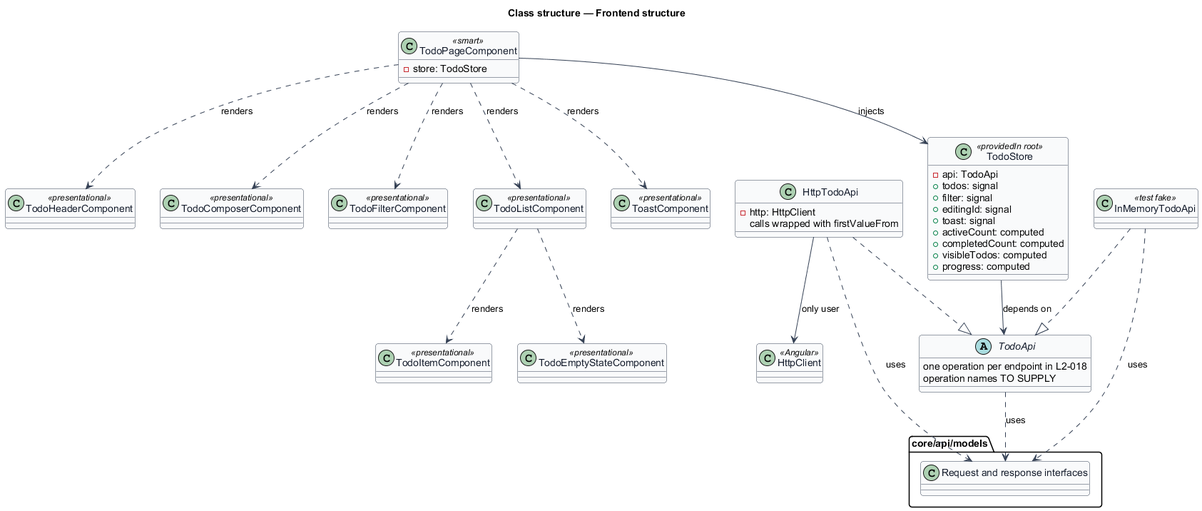
Before: docs/detailed-designs/architecture/frontend-structure/diagrams/class-structure.png, a diagram exported from PlantUML (QuinntyneBrown/php-todo-lab). Its diagram source:
```plantuml
@startuml
skinparam backgroundColor #FFFFFF
skinparam shadowing false
skinparam roundcorner 8
skinparam defaultFontName Arial
skinparam ArrowColor #344054
skinparam class {
  BorderColor #344054
  FontColor #101828
  BackgroundColor #F9FAFB
}
title Class structure — Frontend structure

class TodoPageComponent <<smart>> {
  -store: TodoStore
}

class TodoHeaderComponent <<presentational>>
class TodoComposerComponent <<presentational>>
class TodoFilterComponent <<presentational>>
class TodoListComponent <<presentational>>
class TodoItemComponent <<presentational>>
class TodoEmptyStateComponent <<presentational>>
class ToastComponent <<presentational>>

class TodoStore <<providedIn root>> {
  -api: TodoApi
  +todos: signal
  +filter: signal
  +editingId: signal
  +toast: signal
  +activeCount: computed
  +completedCount: computed
  +visibleTodos: computed
  +progress: computed
}

abstract class TodoApi {
  one operation per endpoint in L2-018
  operation names TO SUPPLY
}

class HttpTodoApi {
  -http: HttpClient
  calls wrapped with firstValueFrom
}

class InMemoryTodoApi <<test fake>>

class HttpClient <<Angular>>

package "core/api/models" {
  class "Request and response interfaces" as Models
}

TodoPageComponent --> TodoStore : injects
TodoPageComponent ..> TodoHeaderComponent : renders
TodoPageComponent ..> TodoComposerComponent : renders
TodoPageComponent ..> TodoFilterComponent : renders
TodoPageComponent ..> TodoListComponent : renders
TodoPageComponent ..> ToastComponent : renders
TodoListComponent ..> TodoItemComponent : renders
TodoListComponent ..> TodoEmptyStateComponent : renders
TodoStore --> TodoApi : depends on
HttpTodoApi ..|> TodoApi
InMemoryTodoApi ..|> TodoApi
HttpTodoApi --> HttpClient : only user
HttpTodoApi ..> Models : uses
InMemoryTodoApi ..> Models : uses
TodoApi ..> Models : uses
@enduml
```
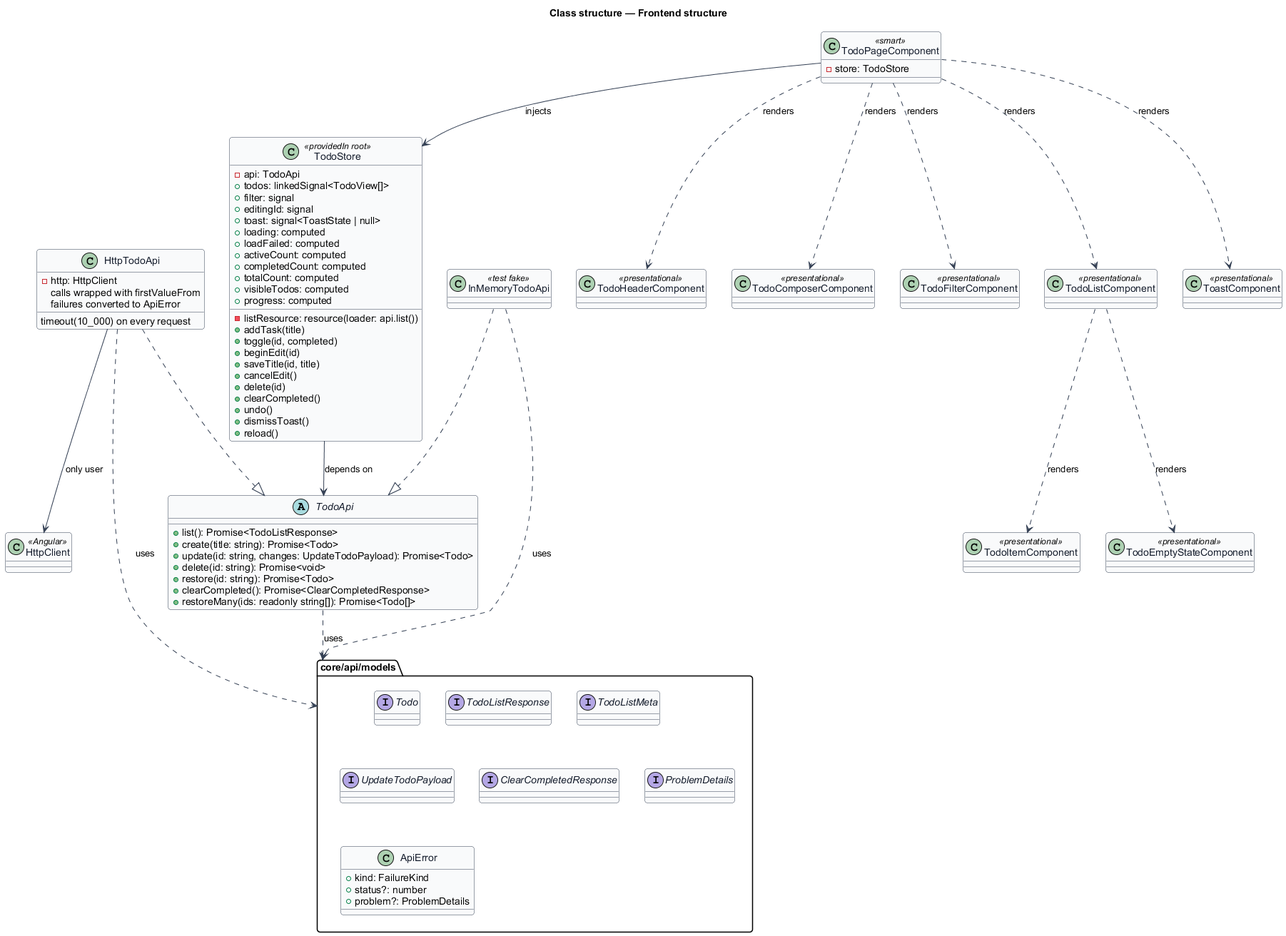
After the commit.

Change to the diagram source:
```diff
@@ -25,32 +25,63 @@
 
 class TodoStore <<providedIn root>> {
   -api: TodoApi
-  +todos: signal
+  -listResource: resource(loader: api.list())
+  +todos: linkedSignal<TodoView[]>
   +filter: signal
   +editingId: signal
-  +toast: signal
+  +toast: signal<ToastState | null>
+  +loading: computed
+  +loadFailed: computed
   +activeCount: computed
   +completedCount: computed
+  +totalCount: computed
   +visibleTodos: computed
   +progress: computed
+  +addTask(title)
+  +toggle(id, completed)
+  +beginEdit(id)
+  +saveTitle(id, title)
+  +cancelEdit()
+  +delete(id)
+  +clearCompleted()
+  +undo()
+  +dismissToast()
+  +reload()
 }
 
 abstract class TodoApi {
-  one operation per endpoint in L2-018
-  operation names TO SUPPLY
+  +list(): Promise<TodoListResponse>
+  +create(title: string): Promise<Todo>
+  +update(id: string, changes: UpdateTodoPayload): Promise<Todo>
+  +delete(id: string): Promise<void>
+  +restore(id: string): Promise<Todo>
+  +clearCompleted(): Promise<ClearCompletedResponse>
+  +restoreMany(ids: readonly string[]): Promise<Todo[]>
 }
 
 class HttpTodoApi {
   -http: HttpClient
   calls wrapped with firstValueFrom
+  timeout(10_000) on every request
+  failures converted to ApiError
 }
 
 class InMemoryTodoApi <<test fake>>
 
 class HttpClient <<Angular>>
 
-package "core/api/models" {
-  class "Request and response interfaces" as Models
+package "core/api/models" as Models {
+  interface Todo
+  interface TodoListResponse
+  interface TodoListMeta
+  interface UpdateTodoPayload
+  interface ClearCompletedResponse
+  interface ProblemDetails
+  class ApiError {
+    +kind: FailureKind
+    +status?: number
+    +problem?: ProblemDetails
+  }
 }
 
 TodoPageComponent --> TodoStore : injects
```
